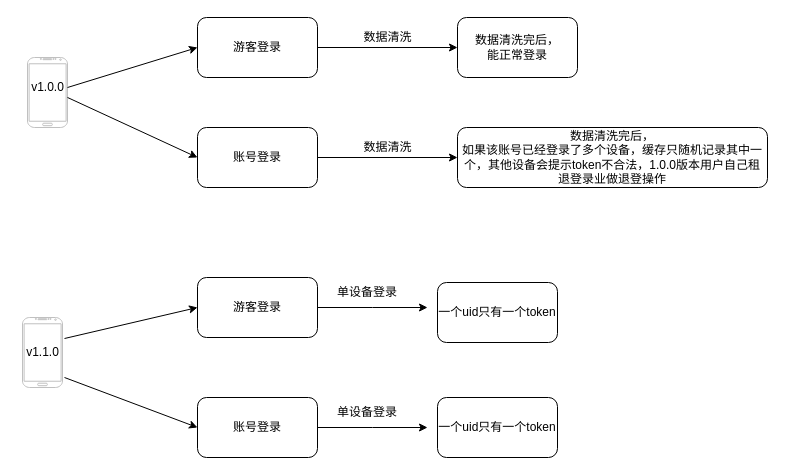
Before: 1.drawio in ffyyhh995511/diagrams, a draw.io diagram. Source tidied: cells renumbered, new cells numbered last; positions are measured from the earlier drawing's top-left corner, leaving out a move shared by most shapes. Both pictures are drawn from the tidied source at 100%, with x=0, y=0 at pixel (17, 17).
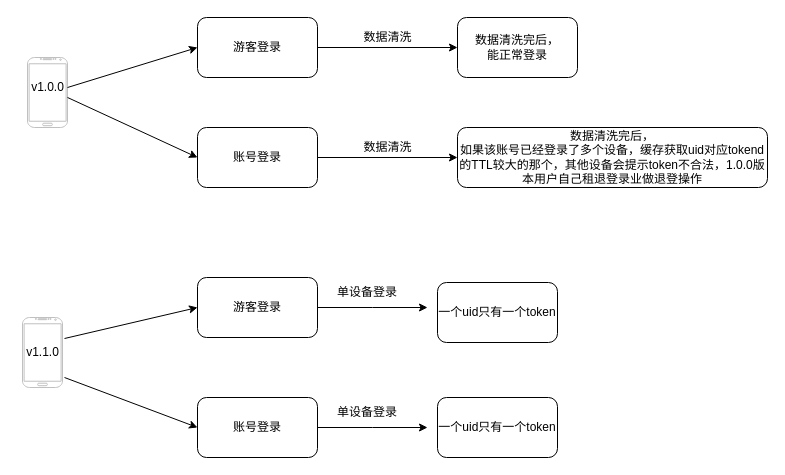
The same page after the edit.

What changed in the source:
```diff
@@
-    <mxCell id="11" value="数据清洗完后，&lt;br&gt;如果该账号已经登录了多个设备，缓存只随机记录其中一个，其他设备会提示token不合法，1.0.0版本用户自己租退登录业做退登操作" style="rounded=1;whiteSpace=wrap;html=1;" parent="1" vertex="1">
+    <mxCell id="11" value="数据清洗完后，&lt;br&gt;如果该账号已经登录了多个设备，缓存获取uid对应tokend的TTL较大的那个，其他设备会提示token不合法，1.0.0版本用户自己租退登录业做退登操作" style="rounded=1;whiteSpace=wrap;html=1;" parent="1" vertex="1">
       <mxGeometry x="440" y="110" width="310" height="60" as="geometry" />
     </mxCell>
```
